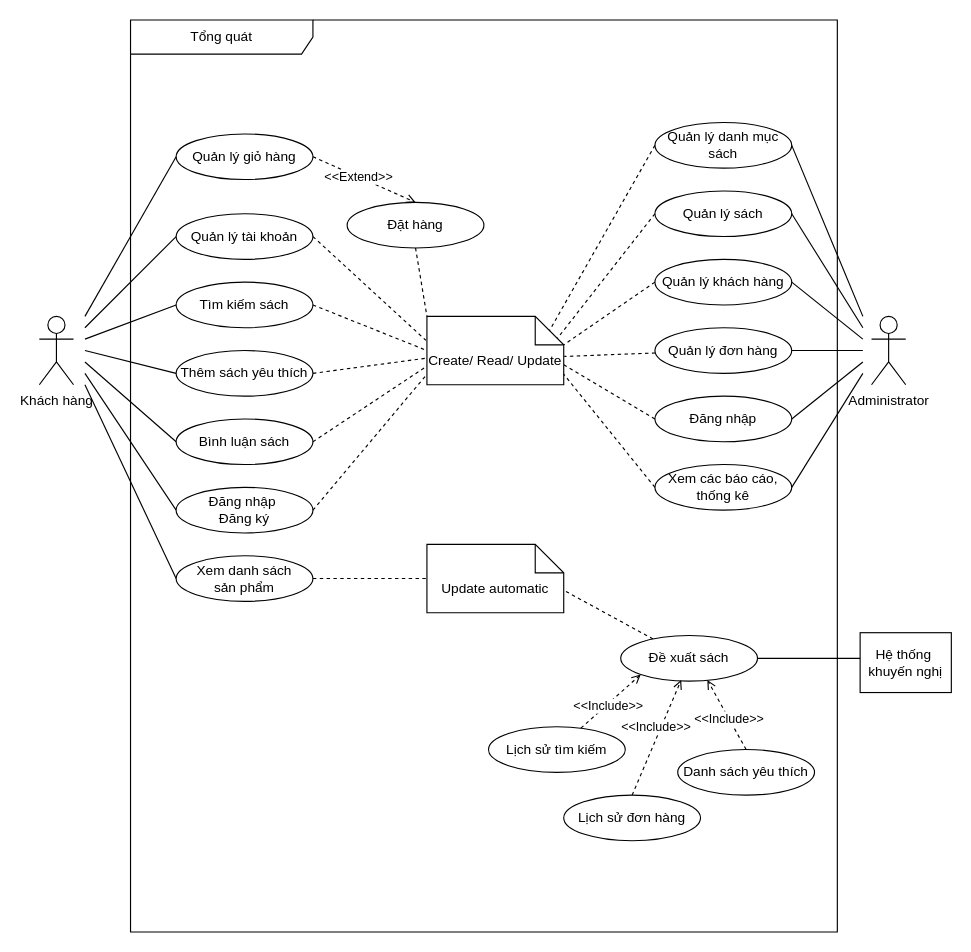
QuangHuy2201/FinalProject-Diagrams keeps this draw.io diagram as page "TongQuat" (1 of 10) of usecase.drawio. Above is the earlier version. Source tidied: cells renumbered, new cells numbered last; positions are measured from the earlier drawing's top-left corner, leaving out a move shared by most shapes. Both pictures are drawn from the tidied source at 114%, with x=0, y=0 at pixel (39, 19).
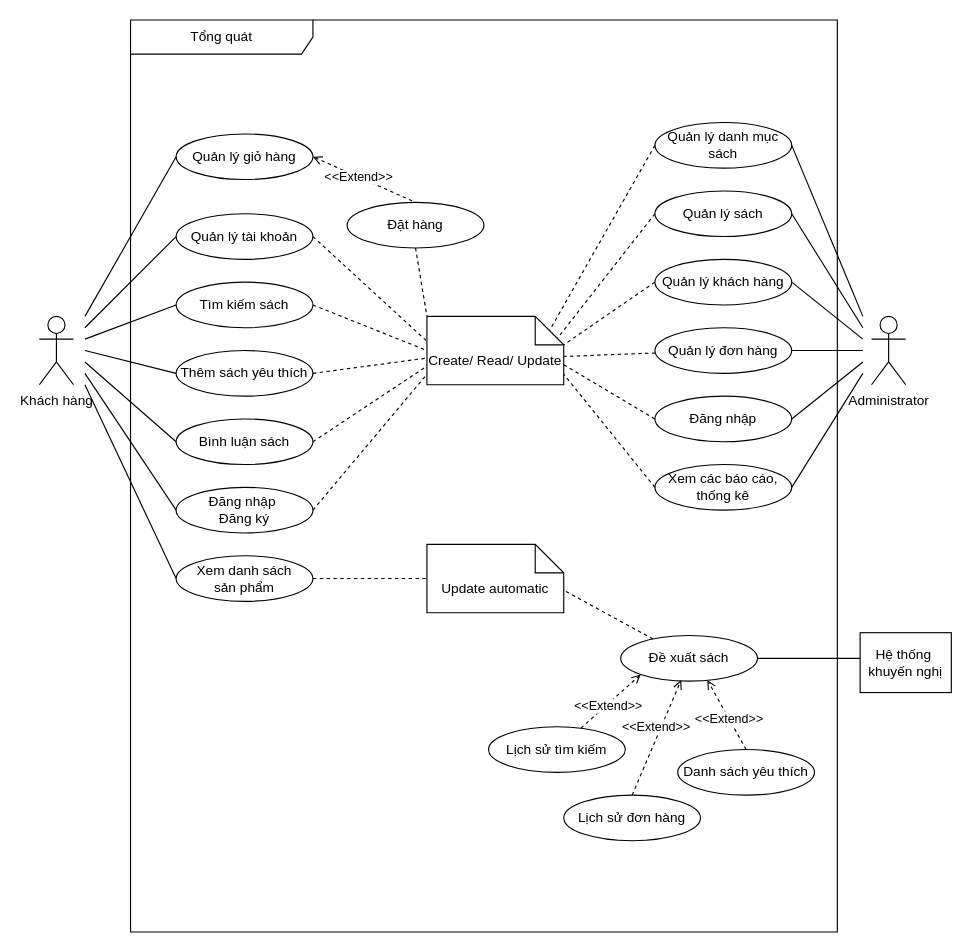
Above is the later version.

Unchanged cells that the change refers to:
```xml
<mxCell id="19" value="Quản lý giỏ hàng" style="ellipse;whiteSpace=wrap;html=1;" parent="1" vertex="1">
  <mxGeometry x="120" y="100" width="120" height="40" as="geometry" />
</mxCell>
<mxCell id="31" value="Đặt hàng" style="ellipse;whiteSpace=wrap;html=1;" parent="1" vertex="1">
  <mxGeometry x="270" y="160" width="120" height="40" as="geometry" />
</mxCell>
<mxCell id="51" style="rounded=0;jettySize=auto;html=1;entryX=0;entryY=1;entryDx=0;entryDy=0;dashed=1;endArrow=open;endFill=0;" parent="1" edge="1" source="60" target="48">
  <mxGeometry relative="1" as="geometry" />
</mxCell>
<mxCell id="53" style="rounded=0;jettySize=auto;html=1;exitX=0.5;exitY=0;exitDx=0;exitDy=0;dashed=1;endArrow=open;endFill=0;entryX=0.633;entryY=0.975;entryDx=0;entryDy=0;entryPerimeter=0;" parent="1" edge="1" source="58" target="48">
  <mxGeometry relative="1" as="geometry" />
</mxCell>
<mxCell id="55" style="rounded=0;jettySize=auto;html=1;exitX=0.5;exitY=0;exitDx=0;exitDy=0;entryX=0.442;entryY=0.975;entryDx=0;entryDy=0;entryPerimeter=0;dashed=1;endArrow=open;endFill=0;" parent="1" edge="1" source="59" target="48">
  <mxGeometry relative="1" as="geometry" />
</mxCell>
```

The edit, as a diff of the source:
```diff
@@
-    <mxCell id="17" style="rounded=0;jettySize=auto;html=1;entryX=0.5;entryY=0;entryDx=0;entryDy=0;dashed=1;endArrow=open;endFill=0;exitX=1;exitY=0.5;exitDx=0;exitDy=0;" parent="1" edge="1" source="19" target="31">
+    <mxCell id="17" style="rounded=0;jettySize=auto;html=1;entryX=0.5;entryY=0;entryDx=0;entryDy=0;dashed=1;endArrow=none;endFill=0;exitX=1;exitY=0.5;exitDx=0;exitDy=0;startArrow=open;startFill=0;" parent="1" edge="1" source="19" target="31">
       <mxGeometry relative="1" as="geometry" />
     </mxCell>
@@
-    <mxCell id="52" value="&amp;lt;&amp;lt;Include&amp;gt;&amp;gt;" style="edgeLabel;html=1;align=center;verticalAlign=middle;" parent="51" vertex="1">
+    <mxCell id="52" value="&amp;lt;&amp;lt;Extend&amp;gt;&amp;gt;" style="edgeLabel;html=1;align=center;verticalAlign=middle;" parent="51" vertex="1">
       <mxGeometry x="-0.11" y="-1" relative="1" as="geometry" />
     </mxCell>
@@
-    <mxCell id="54" value="&amp;lt;&amp;lt;Include&amp;gt;&amp;gt;" style="edgeLabel;html=1;align=center;verticalAlign=middle;" parent="53" vertex="1">
+    <mxCell id="54" value="&amp;lt;&amp;lt;Extend&amp;gt;&amp;gt;" style="edgeLabel;html=1;align=center;verticalAlign=middle;" parent="53" vertex="1">
       <mxGeometry x="-0.08" relative="1" as="geometry" />
     </mxCell>
@@
-    <mxCell id="56" value="&amp;lt;&amp;lt;Include&amp;gt;&amp;gt;" style="edgeLabel;html=1;align=center;verticalAlign=middle;" parent="55" vertex="1">
+    <mxCell id="56" value="&amp;lt;&amp;lt;Extend&amp;gt;&amp;gt;" style="edgeLabel;html=1;align=center;verticalAlign=middle;" parent="55" vertex="1">
       <mxGeometry x="-0.11" y="-2" relative="1" as="geometry">
         <mxPoint x="-1" y="-16" as="offset" />
       </mxGeometry>
     </mxCell>
```
